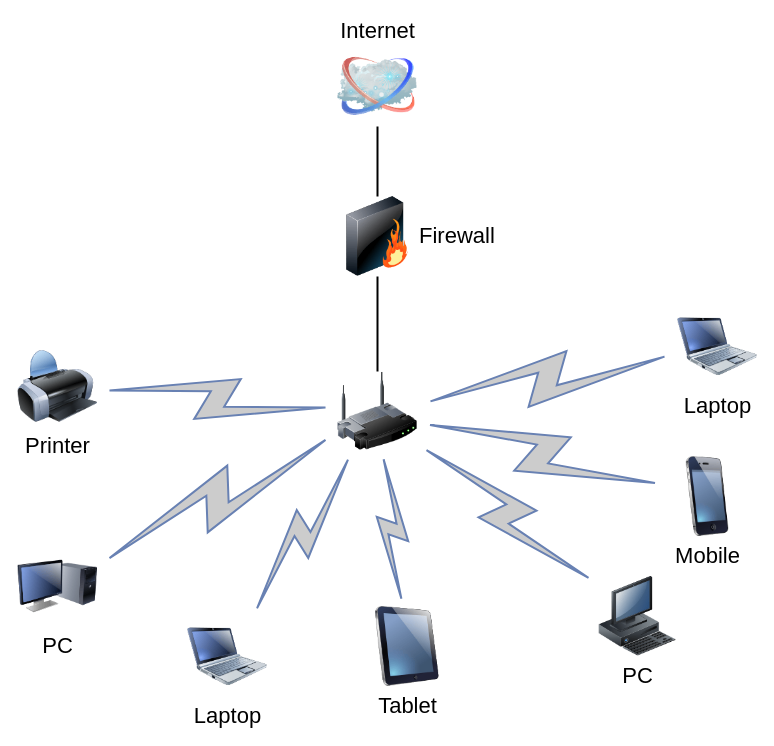
Earlier version of the draw.io diagram 有线限速原型环境.drawio (zeandon/draw.io). Source tidied: cells renumbered, new cells numbered last; positions are measured from the earlier drawing's top-left corner, leaving out a move shared by most shapes. Both pictures are drawn from the tidied source at 100%, with x=0, y=0 at pixel (17, 46).
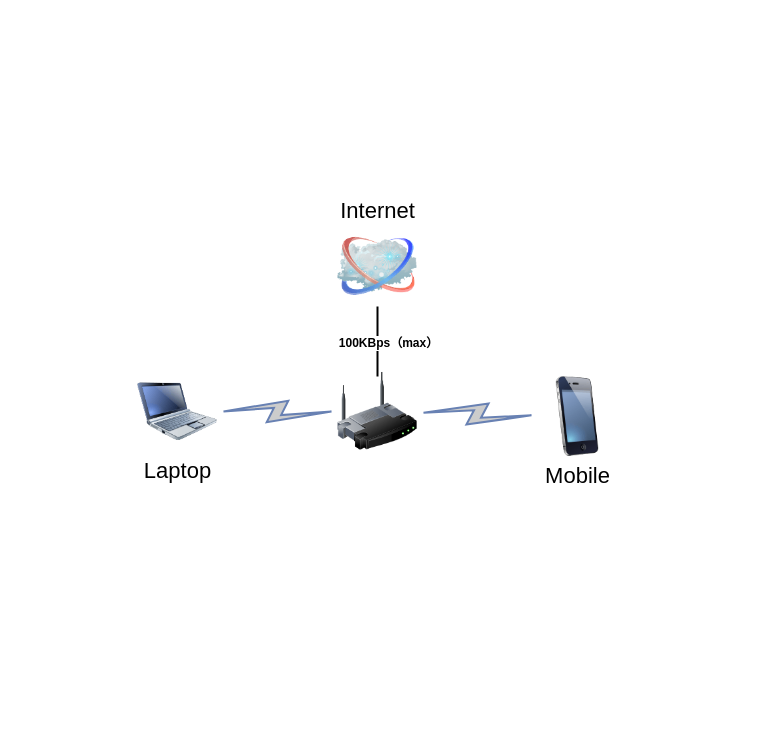
The same diagram, later.

Commit message:
更新有线限速原型环境.drawio

Unchanged cells that the change refers to:
```xml
<mxCell id="3" style="image;html=1;labelBackgroundColor=#ffffff;image=img/lib/clip_art/networking/Wireless_Router_128x128.png;rounded=1;shadow=0;comic=0;strokeWidth=2;fontSize=22;" parent="1" vertex="1">
  <mxGeometry x="320" y="325" width="80" height="80" as="geometry" />
</mxCell>
```

Change to the diagram source:
```diff
@@
-    <mxCell id="2" style="edgeStyle=none;rounded=0;html=1;labelBackgroundColor=none;endArrow=none;strokeWidth=2;fontFamily=Verdana;fontSize=22;" parent="1" edge="1" source="3" target="6">
-      <mxGeometry relative="1" as="geometry" />
-    </mxCell>
@@
     <mxCell id="4" value="Internet" style="image;html=1;labelBackgroundColor=#ffffff;image=img/lib/clip_art/networking/Cloud_128x128.png;rounded=1;shadow=0;comic=0;strokeWidth=2;fontSize=22;labelPosition=center;verticalLabelPosition=top;align=center;verticalAlign=bottom;" parent="1" vertex="1">
-      <mxGeometry x="320" width="80" height="80" as="geometry" />
+      <mxGeometry x="320" y="180" width="80" height="80" as="geometry" />
     </mxCell>
-    <mxCell id="5" style="edgeStyle=none;rounded=0;html=1;labelBackgroundColor=none;endArrow=none;strokeWidth=2;fontFamily=Verdana;fontSize=22;" parent="1" edge="1" source="6" target="4">
-      <mxGeometry relative="1" as="geometry" />
+    <mxCell id="5" style="edgeStyle=none;rounded=0;html=1;labelBackgroundColor=none;endArrow=none;strokeWidth=2;fontFamily=Verdana;fontSize=22;" parent="1" edge="1" target="4">
+      <mxGeometry relative="1" as="geometry">
+        <mxPoint x="360" y="330" as="sourcePoint" />
+      </mxGeometry>
     </mxCell>
-    <mxCell id="6" value="Firewall" style="image;html=1;labelBackgroundColor=#ffffff;image=img/lib/clip_art/networking/Firewall_128x128.png;rounded=1;shadow=0;comic=0;strokeWidth=2;fontSize=22;labelPosition=right;verticalLabelPosition=middle;align=left;verticalAlign=middle;" parent="1" vertex="1">
-      <mxGeometry x="320" y="150" width="80" height="80" as="geometry" />
-    </mxCell>
-    <mxCell id="7" value="Tablet" style="image;html=1;labelBackgroundColor=#ffffff;image=img/lib/clip_art/computers/iPad_128x128.png;rounded=1;shadow=0;comic=0;strokeWidth=2;fontSize=22;" parent="1" vertex="1">
-      <mxGeometry x="350" y="560" width="80" height="80" as="geometry" />
-    </mxCell>
-    <mxCell id="8" value="PC" style="image;html=1;labelBackgroundColor=#ffffff;image=img/lib/clip_art/computers/Monitor_Tower_128x128.png;rounded=1;shadow=0;comic=0;strokeWidth=2;fontSize=22;" parent="1" vertex="1">
-      <mxGeometry y="500" width="80" height="80" as="geometry" />
-    </mxCell>
-    <mxCell id="9" value="Printer" style="image;html=1;labelBackgroundColor=#ffffff;image=img/lib/clip_art/computers/Printer_128x128.png;rounded=1;shadow=0;comic=0;strokeWidth=2;fontSize=22;" parent="1" vertex="1">
-      <mxGeometry y="300" width="80" height="80" as="geometry" />
-    </mxCell>
-    <mxCell id="10" value="PC" style="image;html=1;labelBackgroundColor=#ffffff;image=img/lib/clip_art/computers/Workstation_128x128.png;rounded=1;shadow=0;comic=0;strokeWidth=2;fontSize=22;" parent="1" vertex="1">
-      <mxGeometry x="580" y="530" width="80" height="80" as="geometry" />
-    </mxCell>
+    <mxCell id="21" value="&lt;b&gt;&lt;font style=&quot;font-size: 12px;&quot;&gt;100KBps（max）&lt;/font&gt;&lt;/b&gt;" style="edgeLabel;html=1;align=center;verticalAlign=middle;" parent="5" vertex="1">
+      <mxGeometry x="-0.02" y="5" relative="1" as="geometry">
+        <mxPoint x="15" as="offset" />
+      </mxGeometry>
+    </mxCell>
     <mxCell id="11" value="Mobile" style="image;html=1;labelBackgroundColor=#ffffff;image=img/lib/clip_art/telecommunication/iPhone_128x128.png;rounded=1;shadow=0;comic=0;strokeWidth=2;fontSize=22;" parent="1" vertex="1">
-      <mxGeometry x="650" y="410" width="80" height="80" as="geometry" />
+      <mxGeometry x="520" y="330" width="80" height="80" as="geometry" />
     </mxCell>
-    <mxCell id="12" value="Laptop" style="image;html=1;labelBackgroundColor=#ffffff;image=img/lib/clip_art/computers/Netbook_128x128.png;rounded=1;shadow=0;comic=0;strokeColor=#000000;strokeWidth=2;fillColor=#FFFFFF;fontSize=22;fontColor=#000000;" parent="1" vertex="1">
-      <mxGeometry x="660" y="260" width="80" height="80" as="geometry" />
-    </mxCell>
     <mxCell id="13" value="Laptop" style="image;html=1;labelBackgroundColor=#ffffff;image=img/lib/clip_art/computers/Netbook_128x128.png;rounded=1;shadow=0;comic=0;strokeWidth=2;fontSize=22;" parent="1" vertex="1">
-      <mxGeometry x="170" y="570" width="80" height="80" as="geometry" />
+      <mxGeometry x="120" y="325" width="80" height="80" as="geometry" />
     </mxCell>
-    <mxCell id="14" style="html=1;fillColor=#CCCCCC;strokeColor=#6881B3;gradientColor=none;gradientDirection=north;strokeWidth=2;shape=mxgraph.networks.comm_link_edge;html=1;labelBackgroundColor=none;endArrow=none;fontFamily=Verdana;fontSize=22;fontColor=#000000;" parent="1" edge="1" source="9" target="3">
-      <mxGeometry relative="1" as="geometry" />
-    </mxCell>
-    <mxCell id="15" style="html=1;fillColor=#CCCCCC;strokeColor=#6881B3;gradientColor=none;gradientDirection=north;strokeWidth=2;shape=mxgraph.networks.comm_link_edge;html=1;labelBackgroundColor=none;endArrow=none;fontFamily=Verdana;fontSize=22;fontColor=#000000;fontStyle=1;" parent="1" edge="1" source="8" target="3">
-      <mxGeometry relative="1" as="geometry" />
-    </mxCell>
@@
-    <mxCell id="17" style="html=1;fillColor=#CCCCCC;strokeColor=#6881B3;gradientColor=none;gradientDirection=north;strokeWidth=2;shape=mxgraph.networks.comm_link_edge;html=1;labelBackgroundColor=none;endArrow=none;fontFamily=Verdana;fontSize=22;fontColor=#000000;" parent="1" edge="1" source="7" target="3">
-      <mxGeometry relative="1" as="geometry" />
-    </mxCell>
-    <mxCell id="18" style="html=1;fillColor=#CCCCCC;strokeColor=#6881B3;gradientColor=none;gradientDirection=north;strokeWidth=2;shape=mxgraph.networks.comm_link_edge;html=1;labelBackgroundColor=none;endArrow=none;fontFamily=Verdana;fontSize=22;fontColor=#000000;" parent="1" edge="1" source="10" target="3">
-      <mxGeometry relative="1" as="geometry" />
-    </mxCell>
@@
-    <mxCell id="20" style="html=1;fillColor=#CCCCCC;strokeColor=#6881B3;gradientColor=none;gradientDirection=north;strokeWidth=2;shape=mxgraph.networks.comm_link_edge;html=1;labelBackgroundColor=none;endArrow=none;fontFamily=Verdana;fontSize=22;fontColor=#000000;" parent="1" edge="1" source="12" target="3">
-      <mxGeometry relative="1" as="geometry" />
-    </mxCell>
```
